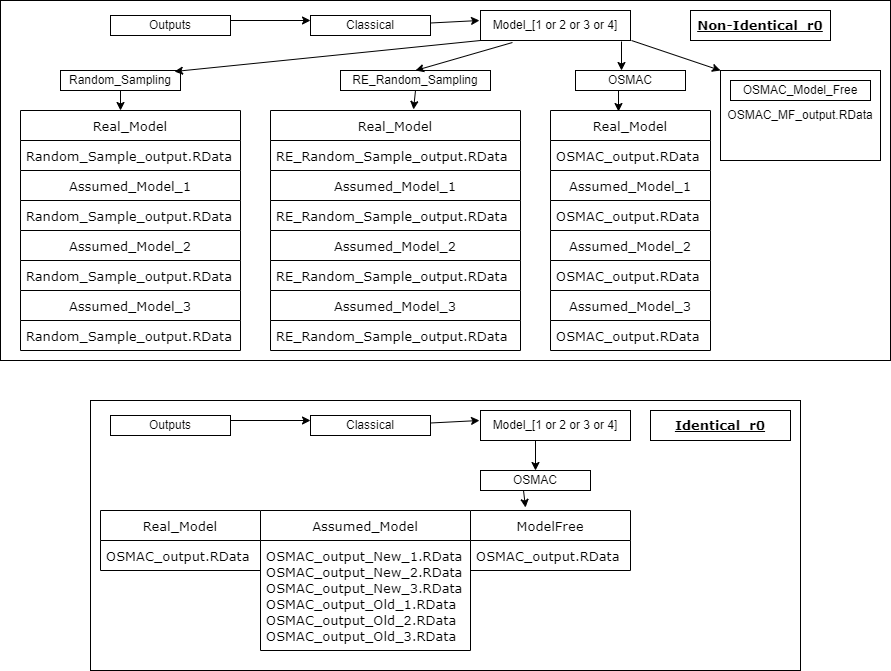
Above: Images/Outputs.png in Amalan-ConStat/RS_OS_MROS_LR_TwoVar_Exponential (draw.io), before the change. Source tidied: cells renumbered, new cells last; positions are measured from the earlier drawing's top-left corner, leaving out a move shared by most shapes.
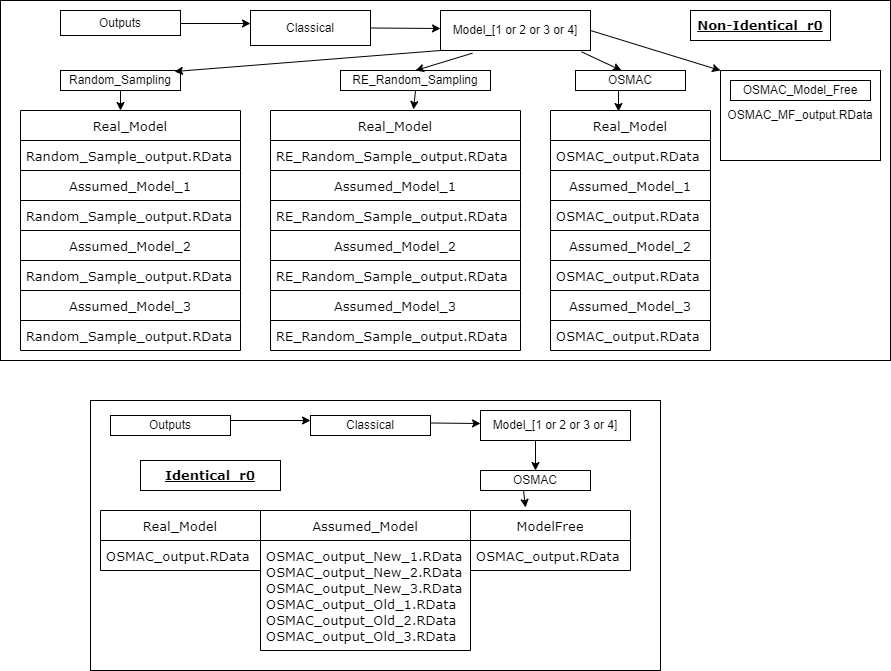
After the commit.

Change to the diagram source:
```diff
@@ -6,13 +6,13 @@
       <mxGeometry width="890" height="360" as="geometry" />
     </mxCell>
     <mxCell id="3" value="Outputs" style="rounded=0;whiteSpace=wrap;html=1;" parent="1" vertex="1">
-      <mxGeometry x="110" y="15" width="120" height="20" as="geometry" />
+      <mxGeometry x="60" y="10" width="120" height="25" as="geometry" />
     </mxCell>
     <mxCell id="4" value="Classical" style="rounded=0;whiteSpace=wrap;html=1;" parent="1" vertex="1">
-      <mxGeometry x="310" y="15" width="120" height="20" as="geometry" />
+      <mxGeometry x="250" y="10" width="120" height="35" as="geometry" />
     </mxCell>
     <mxCell id="5" value="Model_[1 or 2 or 3 or 4]" style="rounded=0;whiteSpace=wrap;html=1;" parent="1" vertex="1">
-      <mxGeometry x="480" y="10" width="150" height="30" as="geometry" />
+      <mxGeometry x="440" y="10" width="150" height="40" as="geometry" />
     </mxCell>
     <mxCell id="6" value="Random_Sampling" style="rounded=0;whiteSpace=wrap;html=1;" parent="1" vertex="1">
       <mxGeometry x="60" y="70" width="120" height="20" as="geometry" />
@@ -23,15 +23,15 @@
     <mxCell id="8" value="OSMAC" style="rounded=0;whiteSpace=wrap;html=1;" parent="1" vertex="1">
       <mxGeometry x="575" y="70" width="110" height="20" as="geometry" />
     </mxCell>
-    <mxCell id="9" style="endArrow=classic;html=1;exitX=1;exitY=0.25;exitDx=0;exitDy=0;" parent="1" edge="1" source="3">
+    <mxCell id="9" style="endArrow=classic;html=1;" parent="1" edge="1">
       <mxGeometry relative="1" as="geometry">
-        <mxPoint x="310" y="20" as="targetPoint" />
+        <mxPoint x="180" y="23" as="sourcePoint" />
+        <mxPoint x="250" y="23" as="targetPoint" />
       </mxGeometry>
     </mxCell>
-    <mxCell id="10" style="endArrow=classic;html=1;exitX=1;exitY=0.25;exitDx=0;exitDy=0;" parent="1" edge="1">
+    <mxCell id="10" style="endArrow=classic;html=1;exitX=1;exitY=0.5;exitDx=0;exitDy=0;" parent="1" edge="1" source="4">
       <mxGeometry relative="1" as="geometry">
-        <mxPoint x="430" y="22.5" as="sourcePoint" />
-        <mxPoint x="479" y="20" as="targetPoint" />
+        <mxPoint x="440" y="28" as="targetPoint" />
       </mxGeometry>
     </mxCell>
     <mxCell id="11" style="endArrow=classic;html=1;exitX=0;exitY=1;exitDx=0;exitDy=0;entryX=0.95;entryY=0.05;entryDx=0;entryDy=0;entryPerimeter=0;" parent="1" edge="1" source="5" target="6">
@@ -54,10 +54,8 @@
     <mxCell id="16" value="OSMAC_Model_Free" style="rounded=0;whiteSpace=wrap;html=1;" parent="1" vertex="1">
       <mxGeometry x="730" y="80" width="140" height="20" as="geometry" />
     </mxCell>
-    <mxCell id="17" style="endArrow=classic;html=1;entryX=0;entryY=0;entryDx=0;entryDy=0;" parent="1" edge="1" target="15">
-      <mxGeometry relative="1" as="geometry">
-        <mxPoint x="631" y="40" as="sourcePoint" />
-      </mxGeometry>
+    <mxCell id="17" style="endArrow=classic;html=1;entryX=0;entryY=0;entryDx=0;entryDy=0;exitX=1;exitY=0.5;exitDx=0;exitDy=0;" parent="1" edge="1" source="5" target="15">
+      <mxGeometry relative="1" as="geometry" />
     </mxCell>
     <mxCell id="18" value="Real_Model" style="swimlane;fontStyle=0;horizontal=1;startSize=30;fontFamily=Verdana;fontSize=13;fontColor=#000000;" parent="1" vertex="1">
       <mxGeometry x="550" y="110" width="160" height="60" as="geometry" />
@@ -143,7 +141,7 @@
       <mxGeometry relative="1" as="geometry" />
     </mxCell>
     <mxCell id="45" style="rounded=0;whiteSpace=wrap;html=1;fontFamily=Verdana;fontSize=13;fontColor=#000000;" parent="1" vertex="1">
-      <mxGeometry x="90" y="400" width="710" height="270" as="geometry" />
+      <mxGeometry x="90" y="400" width="570" height="270" as="geometry" />
     </mxCell>
     <mxCell id="46" value="Outputs" style="rounded=0;whiteSpace=wrap;html=1;" parent="1" vertex="1">
       <mxGeometry x="110" y="415" width="120" height="20" as="geometry" />
@@ -165,7 +163,7 @@
     <mxCell id="51" style="endArrow=classic;html=1;exitX=1;exitY=0.25;exitDx=0;exitDy=0;" parent="1" edge="1">
       <mxGeometry relative="1" as="geometry">
         <mxPoint x="430" y="422.5" as="sourcePoint" />
-        <mxPoint x="479" y="420" as="targetPoint" />
+        <mxPoint x="480" y="423" as="targetPoint" />
       </mxGeometry>
     </mxCell>
     <mxCell id="52" style="endArrow=classic;html=1;entryX=0.5;entryY=0;entryDx=0;entryDy=0;" parent="1" edge="1" target="49">
@@ -174,7 +172,7 @@
       </mxGeometry>
     </mxCell>
     <mxCell id="53" value="&lt;b&gt;&lt;u&gt;Identical_r0&lt;/u&gt;&lt;/b&gt;" style="rounded=0;whiteSpace=wrap;html=1;fontFamily=Verdana;fontSize=13;fontColor=#000000;" parent="1" vertex="1">
-      <mxGeometry x="650" y="410" width="140" height="30" as="geometry" />
+      <mxGeometry x="140" y="460" width="140" height="30" as="geometry" />
     </mxCell>
     <mxCell id="54" value="Real_Model" style="swimlane;fontStyle=0;horizontal=1;startSize=30;fontFamily=Verdana;fontSize=13;fontColor=#000000;" parent="1" vertex="1">
       <mxGeometry x="100" y="510" width="160" height="60" as="geometry" />
```
